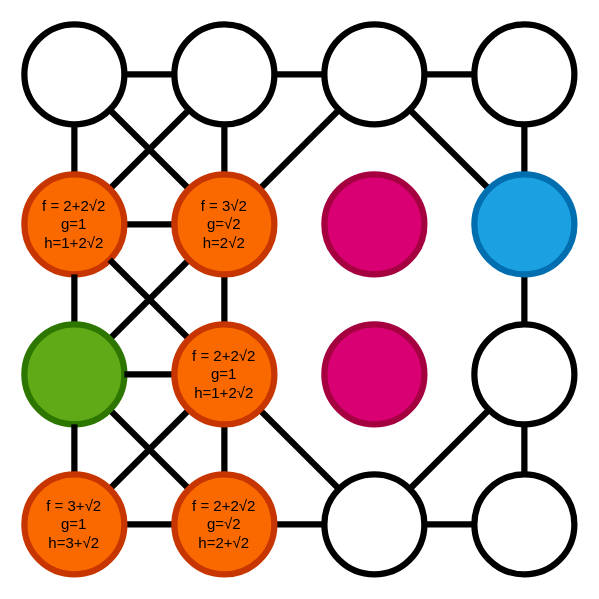
The draw.io diagram presentacion/grafos.drawio in Martin-Roberto-lecuona/TP_Algoritmo_GRAFO, before the edit. Source tidied: cells renumbered, new cells numbered last; positions are measured from the earlier drawing's top-left corner, leaving out a move shared by most shapes. Both pictures are drawn from the tidied source at 125%, with x=0, y=0 at pixel (24, 24).
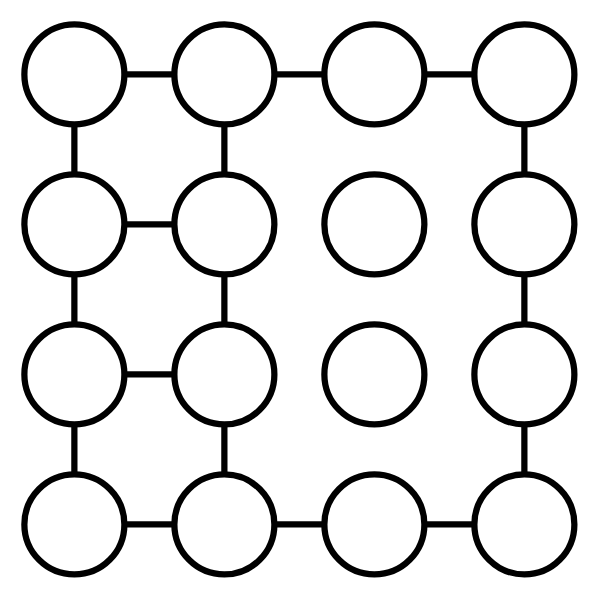
Above is the later version.

The change refers to these unchanged cells:
```xml
<mxCell id="5" style="ellipse;whiteSpace=wrap;html=1;strokeWidth=5;" parent="1" vertex="1">
  <mxGeometry width="80" height="80" as="geometry" />
</mxCell>
<mxCell id="8" style="ellipse;whiteSpace=wrap;html=1;strokeWidth=5;" parent="1" vertex="1">
  <mxGeometry x="120" width="80" height="80" as="geometry" />
</mxCell>
<mxCell id="11" style="ellipse;whiteSpace=wrap;html=1;strokeWidth=5;" parent="1" vertex="1">
  <mxGeometry x="240" width="80" height="80" as="geometry" />
</mxCell>
<mxCell id="36" style="ellipse;whiteSpace=wrap;html=1;strokeWidth=5;" parent="1" vertex="1">
  <mxGeometry x="360" y="240" width="80" height="80" as="geometry" />
</mxCell>
<mxCell id="43" style="ellipse;whiteSpace=wrap;html=1;strokeWidth=5;" parent="1" vertex="1">
  <mxGeometry x="240" y="360" width="80" height="80" as="geometry" />
</mxCell>
<mxCell id="44" style="ellipse;whiteSpace=wrap;html=1;strokeWidth=5;" parent="1" vertex="1">
  <mxGeometry x="360" y="360" width="80" height="80" as="geometry" />
</mxCell>
```

Diff of the diagram source:
```diff
@@
-    <mxCell id="4" style="shape=connector;rounded=0;jettySize=auto;html=1;exitX=1;exitY=1;exitDx=0;exitDy=0;entryX=0;entryY=0;entryDx=0;entryDy=0;labelBackgroundColor=default;align=center;verticalAlign=middle;fontFamily=Helvetica;fontSize=11;fontColor=default;endArrow=none;endFill=0;strokeWidth=5;" parent="1" edge="1" source="5" target="19">
-      <mxGeometry relative="1" as="geometry" />
-    </mxCell>
@@
-    <mxCell id="10" style="edgeStyle=none;shape=connector;rounded=0;jettySize=auto;html=1;exitX=0;exitY=1;exitDx=0;exitDy=0;entryX=1;entryY=0;entryDx=0;entryDy=0;labelBackgroundColor=default;strokeWidth=5;align=center;verticalAlign=middle;fontFamily=Helvetica;fontSize=11;fontColor=default;endArrow=none;endFill=0;" parent="1" edge="1" source="11" target="19">
-      <mxGeometry relative="1" as="geometry" />
-    </mxCell>
@@
-    <mxCell id="15" style="edgeStyle=none;shape=connector;rounded=0;jettySize=auto;html=1;exitX=1;exitY=0;exitDx=0;exitDy=0;entryX=0;entryY=1;entryDx=0;entryDy=0;labelBackgroundColor=default;strokeWidth=5;align=center;verticalAlign=middle;fontFamily=Helvetica;fontSize=11;fontColor=default;endArrow=none;endFill=0;" parent="1" edge="1" source="16" target="8">
-      <mxGeometry relative="1" as="geometry" />
-    </mxCell>
-    <mxCell id="16" value="f = 2+2√2&lt;br&gt;g=1&lt;br&gt;h=1+2√2" style="ellipse;whiteSpace=wrap;html=1;strokeWidth=5;fillColor=#fa6800;fontColor=#000000;strokeColor=#C73500;" parent="1" vertex="1">
+    <mxCell id="16" style="ellipse;whiteSpace=wrap;html=1;strokeWidth=5;" parent="1" vertex="1">
       <mxGeometry y="120" width="80" height="80" as="geometry" />
     </mxCell>
@@
-    <mxCell id="18" style="edgeStyle=none;shape=connector;rounded=0;jettySize=auto;html=1;exitX=0;exitY=1;exitDx=0;exitDy=0;entryX=1;entryY=0;entryDx=0;entryDy=0;labelBackgroundColor=default;strokeWidth=5;align=center;verticalAlign=middle;fontFamily=Helvetica;fontSize=11;fontColor=default;endArrow=none;endFill=0;" parent="1" edge="1" source="19" target="26">
-      <mxGeometry relative="1" as="geometry" />
-    </mxCell>
-    <mxCell id="19" value="f = 3√2&lt;br&gt;g=√2&lt;br&gt;h=2√2" style="ellipse;whiteSpace=wrap;html=1;strokeWidth=5;fillColor=#fa6800;fontColor=#000000;strokeColor=#C73500;" parent="1" vertex="1">
+    <mxCell id="19" style="ellipse;whiteSpace=wrap;html=1;strokeWidth=5;" parent="1" vertex="1">
       <mxGeometry x="120" y="120" width="80" height="80" as="geometry" />
     </mxCell>
-    <mxCell id="20" style="ellipse;whiteSpace=wrap;html=1;strokeWidth=5;fillColor=#d80073;fontColor=#ffffff;strokeColor=#A50040;" parent="1" vertex="1">
+    <mxCell id="20" style="ellipse;whiteSpace=wrap;html=1;strokeWidth=5;" parent="1" vertex="1">
       <mxGeometry x="240" y="120" width="80" height="80" as="geometry" />
     </mxCell>
@@
-    <mxCell id="22" style="edgeStyle=none;shape=connector;rounded=0;jettySize=auto;html=1;exitX=0;exitY=0;exitDx=0;exitDy=0;entryX=1;entryY=1;entryDx=0;entryDy=0;labelBackgroundColor=default;strokeWidth=5;align=center;verticalAlign=middle;fontFamily=Helvetica;fontSize=11;fontColor=default;endArrow=none;endFill=0;" parent="1" edge="1" source="23" target="11">
-      <mxGeometry relative="1" as="geometry" />
-    </mxCell>
-    <mxCell id="23" style="ellipse;whiteSpace=wrap;html=1;strokeWidth=5;fillColor=#1ba1e2;fontColor=#ffffff;strokeColor=#006EAF;" parent="1" vertex="1">
+    <mxCell id="23" style="ellipse;whiteSpace=wrap;html=1;strokeWidth=5;" parent="1" vertex="1">
       <mxGeometry x="360" y="120" width="80" height="80" as="geometry" />
     </mxCell>
@@
-    <mxCell id="25" style="edgeStyle=none;shape=connector;rounded=0;jettySize=auto;html=1;exitX=1;exitY=1;exitDx=0;exitDy=0;entryX=0;entryY=0;entryDx=0;entryDy=0;labelBackgroundColor=default;strokeWidth=5;align=center;verticalAlign=middle;fontFamily=Helvetica;fontSize=11;fontColor=default;endArrow=none;endFill=0;" parent="1" edge="1" source="26" target="41">
-      <mxGeometry relative="1" as="geometry" />
-    </mxCell>
-    <mxCell id="26" style="ellipse;whiteSpace=wrap;html=1;strokeWidth=5;fillColor=#60a917;fontColor=#ffffff;strokeColor=#2D7600;" parent="1" vertex="1">
+    <mxCell id="26" style="ellipse;whiteSpace=wrap;html=1;strokeWidth=5;" parent="1" vertex="1">
       <mxGeometry y="240" width="80" height="80" as="geometry" />
     </mxCell>
@@
-    <mxCell id="29" style="edgeStyle=none;shape=connector;rounded=0;jettySize=auto;html=1;exitX=0;exitY=1;exitDx=0;exitDy=0;entryX=1;entryY=0;entryDx=0;entryDy=0;labelBackgroundColor=default;strokeWidth=5;align=center;verticalAlign=middle;fontFamily=Helvetica;fontSize=11;fontColor=default;endArrow=none;endFill=0;" parent="1" edge="1" source="32" target="39">
-      <mxGeometry relative="1" as="geometry" />
-    </mxCell>
-    <mxCell id="30" style="edgeStyle=none;shape=connector;rounded=0;jettySize=auto;html=1;exitX=1;exitY=1;exitDx=0;exitDy=0;entryX=0;entryY=0;entryDx=0;entryDy=0;labelBackgroundColor=default;strokeWidth=5;align=center;verticalAlign=middle;fontFamily=Helvetica;fontSize=11;fontColor=default;endArrow=none;endFill=0;" parent="1" edge="1" source="32" target="43">
-      <mxGeometry relative="1" as="geometry" />
-    </mxCell>
-    <mxCell id="31" style="edgeStyle=none;shape=connector;rounded=0;jettySize=auto;html=1;exitX=0;exitY=0;exitDx=0;exitDy=0;entryX=1;entryY=1;entryDx=0;entryDy=0;labelBackgroundColor=default;strokeWidth=5;align=center;verticalAlign=middle;fontFamily=Helvetica;fontSize=11;fontColor=default;endArrow=none;endFill=0;" parent="1" edge="1" source="32" target="16">
-      <mxGeometry relative="1" as="geometry" />
-    </mxCell>
-    <mxCell id="32" value="f = 2+2√2&lt;br&gt;g=1&lt;br&gt;h=1+2√2" style="ellipse;whiteSpace=wrap;html=1;strokeWidth=5;fillColor=#fa6800;fontColor=#000000;strokeColor=#C73500;" parent="1" vertex="1">
+    <mxCell id="32" style="ellipse;whiteSpace=wrap;html=1;strokeWidth=5;" parent="1" vertex="1">
       <mxGeometry x="120" y="240" width="80" height="80" as="geometry" />
     </mxCell>
-    <mxCell id="33" style="ellipse;whiteSpace=wrap;html=1;strokeWidth=5;fillColor=#d80073;fontColor=#ffffff;strokeColor=#A50040;" parent="1" vertex="1">
+    <mxCell id="33" style="ellipse;whiteSpace=wrap;html=1;strokeWidth=5;" parent="1" vertex="1">
       <mxGeometry x="240" y="240" width="80" height="80" as="geometry" />
     </mxCell>
@@
-    <mxCell id="35" style="edgeStyle=none;shape=connector;rounded=0;jettySize=auto;html=1;exitX=0;exitY=1;exitDx=0;exitDy=0;entryX=1;entryY=0;entryDx=0;entryDy=0;labelBackgroundColor=default;strokeWidth=5;align=center;verticalAlign=middle;fontFamily=Helvetica;fontSize=11;fontColor=default;endArrow=none;endFill=0;" parent="1" edge="1" source="36" target="43">
-      <mxGeometry relative="1" as="geometry" />
-    </mxCell>
@@
-    <mxCell id="38" style="edgeStyle=none;shape=connector;rounded=0;jettySize=auto;html=1;labelBackgroundColor=default;strokeColor=default;strokeWidth=5;align=center;verticalAlign=middle;fontFamily=Helvetica;fontSize=11;fontColor=default;endArrow=none;endFill=0;" parent="1" edge="1" source="39" target="41">
+    <mxCell id="38" style="edgeStyle=none;shape=connector;rounded=0;jettySize=auto;html=1;labelBackgroundColor=default;strokeWidth=5;align=center;verticalAlign=middle;fontFamily=Helvetica;fontSize=11;fontColor=default;endArrow=none;endFill=0;" parent="1" edge="1" source="39" target="41">
       <mxGeometry relative="1" as="geometry" />
     </mxCell>
-    <mxCell id="39" value="f = 3+√2&lt;br&gt;g=1&lt;br&gt;h=3+√2" style="ellipse;whiteSpace=wrap;html=1;strokeWidth=5;fillColor=#fa6800;fontColor=#000000;strokeColor=#C73500;" parent="1" vertex="1">
+    <mxCell id="39" style="ellipse;whiteSpace=wrap;html=1;strokeWidth=5;" parent="1" vertex="1">
       <mxGeometry y="360" width="80" height="80" as="geometry" />
     </mxCell>
-    <mxCell id="40" style="edgeStyle=none;shape=connector;rounded=0;jettySize=auto;html=1;labelBackgroundColor=default;strokeColor=default;strokeWidth=5;align=center;verticalAlign=middle;fontFamily=Helvetica;fontSize=11;fontColor=default;endArrow=none;endFill=0;" parent="1" edge="1" source="41" target="43">
+    <mxCell id="40" style="edgeStyle=none;shape=connector;rounded=0;jettySize=auto;html=1;labelBackgroundColor=default;strokeWidth=5;align=center;verticalAlign=middle;fontFamily=Helvetica;fontSize=11;fontColor=default;endArrow=none;endFill=0;" parent="1" edge="1" source="41" target="43">
       <mxGeometry relative="1" as="geometry" />
     </mxCell>
-    <mxCell id="41" value="f = 2+2√2&lt;br&gt;g=√2&lt;br&gt;h=2+√2" style="ellipse;whiteSpace=wrap;html=1;strokeWidth=5;fillColor=#fa6800;fontColor=#000000;strokeColor=#C73500;" parent="1" vertex="1">
+    <mxCell id="41" style="ellipse;whiteSpace=wrap;html=1;strokeWidth=5;" parent="1" vertex="1">
       <mxGeometry x="120" y="360" width="80" height="80" as="geometry" />
     </mxCell>
-    <mxCell id="42" style="edgeStyle=none;shape=connector;rounded=0;jettySize=auto;html=1;labelBackgroundColor=default;strokeColor=default;strokeWidth=5;align=center;verticalAlign=middle;fontFamily=Helvetica;fontSize=11;fontColor=default;endArrow=none;endFill=0;" parent="1" edge="1" source="43" target="44">
+    <mxCell id="42" style="edgeStyle=none;shape=connector;rounded=0;jettySize=auto;html=1;labelBackgroundColor=default;strokeWidth=5;align=center;verticalAlign=middle;fontFamily=Helvetica;fontSize=11;fontColor=default;endArrow=none;endFill=0;" parent="1" edge="1" source="43" target="44">
       <mxGeometry relative="1" as="geometry" />
     </mxCell>
```
